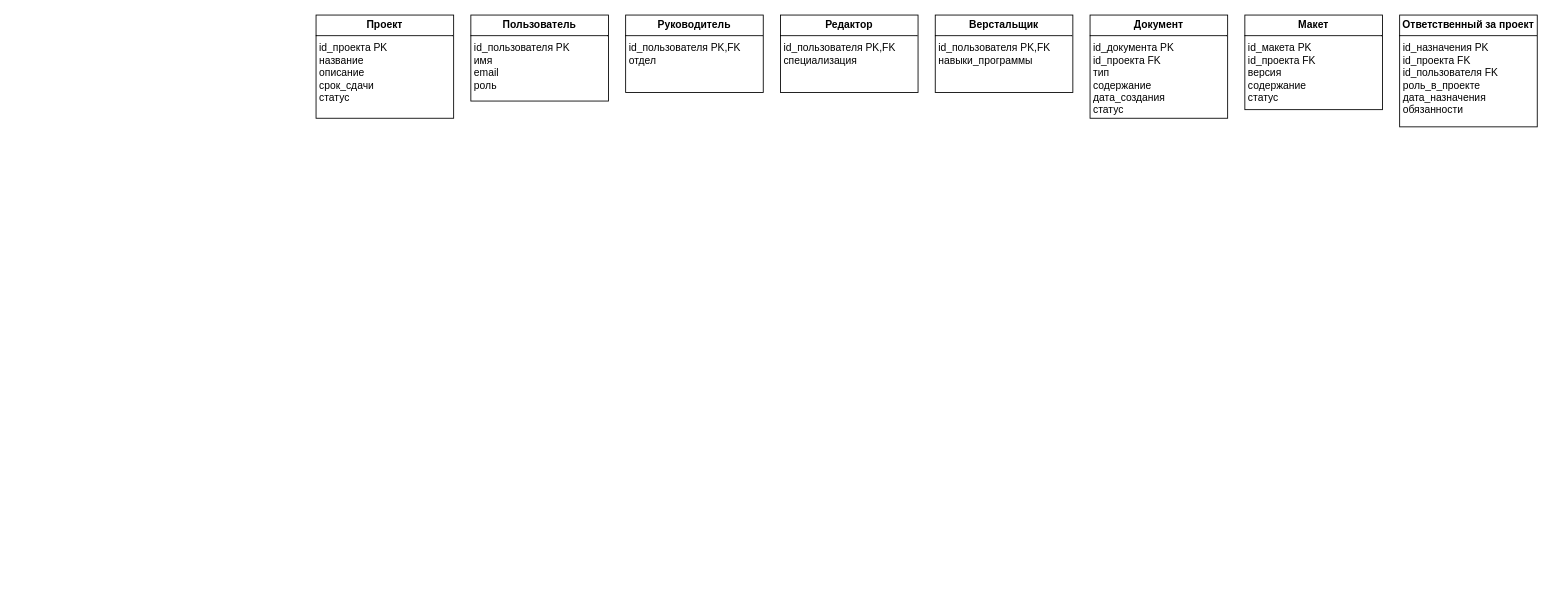
Before: ortps6_1.drawio in danaddi/draw.io, a draw.io diagram. Source tidied: cells renumbered, new cells numbered last; positions are measured from the earlier drawing's top-left corner, leaving out a move shared by most shapes. Both pictures are drawn from the tidied source at 86%, with x=0, y=0 at pixel (316, 15).
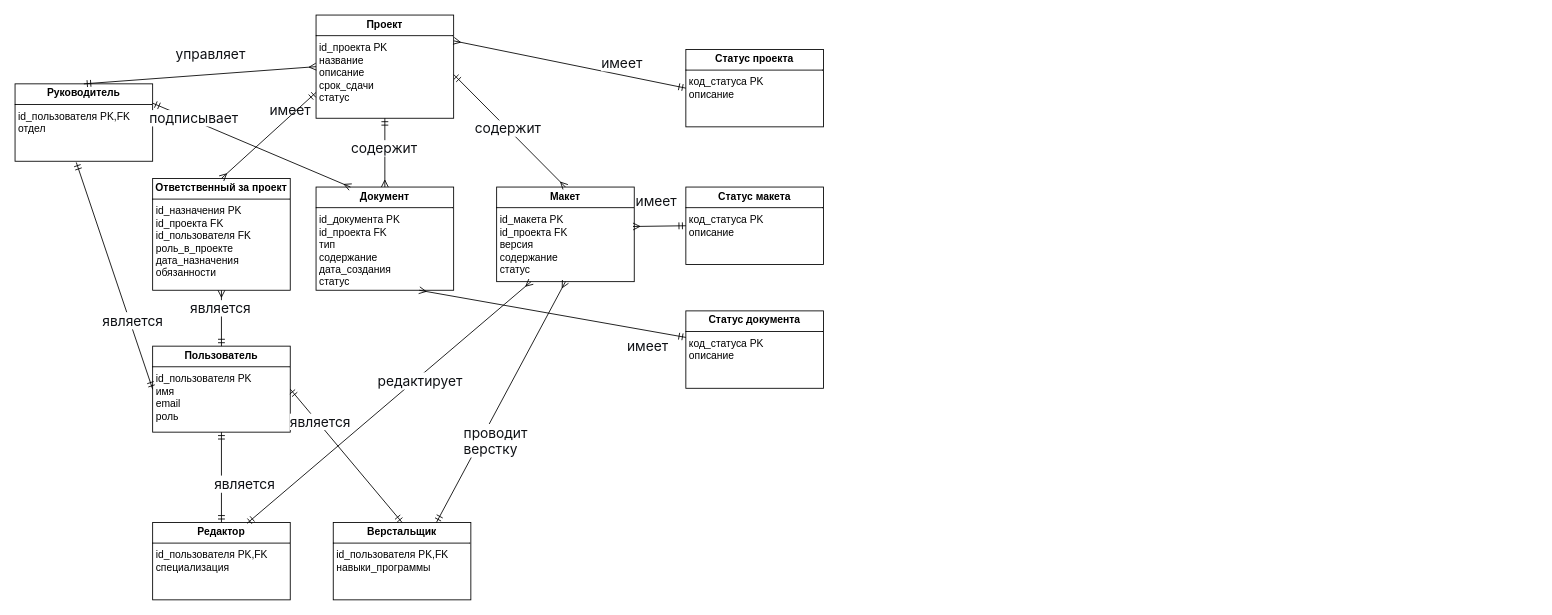
The same diagram, later.

Unchanged cells that the change refers to:
```xml
<mxCell id="2" value="&lt;p style=&quot;margin:0px;margin-top:4px;text-align:center;&quot;&gt;&lt;b&gt;Проект&lt;/b&gt;&lt;/p&gt;&lt;hr size=&quot;1&quot; style=&quot;border-style:solid;&quot;&gt;&lt;p style=&quot;margin:0px;margin-left:4px;&quot;&gt;id_проекта PK&lt;/p&gt;&lt;p style=&quot;margin:0px;margin-left:4px;&quot;&gt;название&lt;/p&gt;&lt;p style=&quot;margin:0px;margin-left:4px;&quot;&gt;описание&amp;nbsp;&amp;nbsp;&lt;/p&gt;&lt;p style=&quot;margin:0px;margin-left:4px;&quot;&gt;срок_сдачи&lt;/p&gt;&lt;p style=&quot;margin:0px;margin-left:4px;&quot;&gt;статус&lt;/p&gt;" style="verticalAlign=top;align=left;overflow=fill;html=1;whiteSpace=wrap;" parent="1" vertex="1">
  <mxGeometry width="160" height="120" as="geometry" />
</mxCell>
```

Diff of the diagram source:
```diff
@@
     <mxCell id="3" value="&lt;p style=&quot;margin:0px;margin-top:4px;text-align:center;&quot;&gt;&lt;b&gt;Пользователь&lt;/b&gt;&lt;/p&gt;&lt;hr size=&quot;1&quot; style=&quot;border-style:solid;&quot;&gt;&lt;p style=&quot;margin:0px;margin-left:4px;&quot;&gt;id_пользователя PK&lt;/p&gt;&lt;p style=&quot;margin:0px;margin-left:4px;&quot;&gt;имя&lt;/p&gt;&lt;p style=&quot;margin:0px;margin-left:4px;&quot;&gt;email&lt;/p&gt;&lt;p style=&quot;margin:0px;margin-left:4px;&quot;&gt;роль&lt;/p&gt;" style="verticalAlign=top;align=left;overflow=fill;html=1;whiteSpace=wrap;" parent="1" vertex="1">
-      <mxGeometry x="180" width="160" height="100" as="geometry" />
+      <mxGeometry x="-190" y="385" width="160" height="100" as="geometry" />
     </mxCell>
     <mxCell id="4" value="&lt;p style=&quot;margin:0px;margin-top:4px;text-align:center;&quot;&gt;&lt;b&gt;Руководитель&lt;/b&gt;&lt;/p&gt;&lt;hr size=&quot;1&quot; style=&quot;border-style:solid;&quot;&gt;&lt;p style=&quot;margin:0px;margin-left:4px;&quot;&gt;id_пользователя PK,FK&lt;/p&gt;&lt;p style=&quot;margin:0px;margin-left:4px;&quot;&gt;отдел&lt;/p&gt;" style="verticalAlign=top;align=left;overflow=fill;html=1;whiteSpace=wrap;" parent="1" vertex="1">
-      <mxGeometry x="360" width="160" height="90" as="geometry" />
+      <mxGeometry x="-350" y="80" width="160" height="90" as="geometry" />
     </mxCell>
     <mxCell id="5" value="&lt;p style=&quot;margin:0px;margin-top:4px;text-align:center;&quot;&gt;&lt;b&gt;Редактор&lt;/b&gt;&lt;/p&gt;&lt;hr size=&quot;1&quot; style=&quot;border-style:solid;&quot;&gt;&lt;p style=&quot;margin:0px;margin-left:4px;&quot;&gt;id_пользователя PK,FK&lt;/p&gt;&lt;p style=&quot;margin:0px;margin-left:4px;&quot;&gt;специализация&lt;/p&gt;" style="verticalAlign=top;align=left;overflow=fill;html=1;whiteSpace=wrap;" parent="1" vertex="1">
-      <mxGeometry x="540" width="160" height="90" as="geometry" />
+      <mxGeometry x="-190" y="590" width="160" height="90" as="geometry" />
     </mxCell>
     <mxCell id="6" value="&lt;p style=&quot;margin:0px;margin-top:4px;text-align:center;&quot;&gt;&lt;b&gt;Верстальщик&lt;/b&gt;&lt;/p&gt;&lt;hr size=&quot;1&quot; style=&quot;border-style:solid;&quot;&gt;&lt;p style=&quot;margin:0px;margin-left:4px;&quot;&gt;id_пользователя PK,FK&lt;/p&gt;&lt;p style=&quot;margin:0px;margin-left:4px;&quot;&gt;навыки_программы&lt;/p&gt;" style="verticalAlign=top;align=left;overflow=fill;html=1;whiteSpace=wrap;" parent="1" vertex="1">
-      <mxGeometry x="720" width="160" height="90" as="geometry" />
+      <mxGeometry x="20" y="590" width="160" height="90" as="geometry" />
     </mxCell>
     <mxCell id="7" value="&lt;p style=&quot;margin:0px;margin-top:4px;text-align:center;&quot;&gt;&lt;b&gt;Документ&lt;/b&gt;&lt;/p&gt;&lt;hr size=&quot;1&quot; style=&quot;border-style:solid;&quot;&gt;&lt;p style=&quot;margin:0px;margin-left:4px;&quot;&gt;id_документа PK&lt;/p&gt;&lt;p style=&quot;margin:0px;margin-left:4px;&quot;&gt;id_проекта FK&amp;nbsp;&lt;/p&gt;&lt;p style=&quot;margin:0px;margin-left:4px;&quot;&gt;тип&lt;/p&gt;&lt;p style=&quot;margin:0px;margin-left:4px;&quot;&gt;содержание&lt;/p&gt;&lt;p style=&quot;margin:0px;margin-left:4px;&quot;&gt;дата_создания&lt;/p&gt;&lt;p style=&quot;margin:0px;margin-left:4px;&quot;&gt;статус&lt;/p&gt;" style="verticalAlign=top;align=left;overflow=fill;html=1;whiteSpace=wrap;" parent="1" vertex="1">
-      <mxGeometry x="900" width="160" height="120" as="geometry" />
+      <mxGeometry y="200" width="160" height="120" as="geometry" />
     </mxCell>
     <mxCell id="8" value="&lt;p style=&quot;margin:0px;margin-top:4px;text-align:center;&quot;&gt;&lt;b&gt;Макет&lt;/b&gt;&lt;/p&gt;&lt;hr size=&quot;1&quot; style=&quot;border-style:solid;&quot;&gt;&lt;p style=&quot;margin:0px;margin-left:4px;&quot;&gt;id_макета PK&lt;/p&gt;&lt;p style=&quot;margin:0px;margin-left:4px;&quot;&gt;id_проекта FK&lt;/p&gt;&lt;p style=&quot;margin:0px;margin-left:4px;&quot;&gt;версия&lt;/p&gt;&lt;p style=&quot;margin:0px;margin-left:4px;&quot;&gt;содержание&lt;/p&gt;&lt;p style=&quot;margin:0px;margin-left:4px;&quot;&gt;статус&lt;/p&gt;" style="verticalAlign=top;align=left;overflow=fill;html=1;whiteSpace=wrap;" parent="1" vertex="1">
-      <mxGeometry x="1080" width="160" height="110" as="geometry" />
+      <mxGeometry x="210" y="200" width="160" height="110" as="geometry" />
     </mxCell>
     <mxCell id="9" value="&lt;p style=&quot;margin:0px;margin-top:4px;text-align:center;&quot;&gt;&lt;b&gt;Ответственный за проект&lt;/b&gt;&lt;/p&gt;&lt;hr size=&quot;1&quot; style=&quot;border-style:solid;&quot;&gt;&lt;p style=&quot;margin:0px;margin-left:4px;&quot;&gt;id_назначения PK&lt;/p&gt;&lt;p style=&quot;margin:0px;margin-left:4px;&quot;&gt;id_проекта FK&lt;/p&gt;&lt;p style=&quot;margin:0px;margin-left:4px;&quot;&gt;id_пользователя FK&lt;/p&gt;&lt;p style=&quot;margin:0px;margin-left:4px;&quot;&gt;роль_в_проекте&lt;/p&gt;&lt;p style=&quot;margin:0px;margin-left:4px;&quot;&gt;дата_назначения&lt;/p&gt;&lt;p style=&quot;margin:0px;margin-left:4px;&quot;&gt;обязанности&lt;/p&gt;" style="verticalAlign=top;align=left;overflow=fill;html=1;whiteSpace=wrap;" parent="1" vertex="1">
-      <mxGeometry x="1260" width="160" height="130" as="geometry" />
+      <mxGeometry x="-190" y="190" width="160" height="130" as="geometry" />
     </mxCell>
+    <mxCell id="10" value="&lt;p style=&quot;margin:0px;margin-top:4px;text-align:center;&quot;&gt;&lt;b&gt;Статус проекта&lt;/b&gt;&lt;/p&gt;&lt;hr size=&quot;1&quot; style=&quot;border-style:solid;&quot;&gt;&lt;p style=&quot;margin:0px;margin-left:4px;&quot;&gt;код_статуса PK&lt;/p&gt;&lt;p style=&quot;margin:0px;margin-left:4px;&quot;&gt;описание&lt;/p&gt;" style="verticalAlign=top;align=left;overflow=fill;html=1;whiteSpace=wrap;" parent="1" vertex="1">
+      <mxGeometry x="430" y="40" width="160" height="90" as="geometry" />
+    </mxCell>
+    <mxCell id="11" value="&lt;p style=&quot;margin:0px;margin-top:4px;text-align:center;&quot;&gt;&lt;b&gt;Статус документа&lt;/b&gt;&lt;/p&gt;&lt;hr size=&quot;1&quot; style=&quot;border-style:solid;&quot;&gt;&lt;p style=&quot;margin:0px;margin-left:4px;&quot;&gt;код_статуса PK&lt;/p&gt;&lt;p style=&quot;margin:0px;margin-left:4px;&quot;&gt;описание&lt;/p&gt;" style="verticalAlign=top;align=left;overflow=fill;html=1;whiteSpace=wrap;" parent="1" vertex="1">
+      <mxGeometry x="430" y="344" width="160" height="90" as="geometry" />
+    </mxCell>
+    <mxCell id="12" value="&lt;p style=&quot;margin:0px;margin-top:4px;text-align:center;&quot;&gt;&lt;b&gt;Статус макета&lt;/b&gt;&lt;/p&gt;&lt;hr size=&quot;1&quot; style=&quot;border-style:solid;&quot;&gt;&lt;p style=&quot;margin:0px;margin-left:4px;&quot;&gt;код_статуса PK&lt;/p&gt;&lt;p style=&quot;margin:0px;margin-left:4px;&quot;&gt;описание&lt;/p&gt;" style="verticalAlign=top;align=left;overflow=fill;html=1;whiteSpace=wrap;" parent="1" vertex="1">
+      <mxGeometry x="430" y="200" width="160" height="90" as="geometry" />
+    </mxCell>
+    <mxCell id="13" style="endArrow=ERmandOne;html=1;rounded=0;align=center;verticalAlign=top;endFill=0;labelBackgroundColor=none;endSize=6;startArrow=ERmany;startFill=0;exitX=0.5;exitY=0;exitDx=0;exitDy=0;entryX=0.5;entryY=1;entryDx=0;entryDy=0;" parent="1" edge="1" source="7" target="2">
+      <mxGeometry relative="1" as="geometry" />
+    </mxCell>
+    <mxCell id="14" value="&lt;span style=&quot;color: rgb(15, 17, 21); font-family: quote-cjk-patch, Inter, system-ui, -apple-system, BlinkMacSystemFont, &amp;quot;Segoe UI&amp;quot;, Roboto, Oxygen, Ubuntu, Cantarell, &amp;quot;Open Sans&amp;quot;, &amp;quot;Helvetica Neue&amp;quot;, sans-serif; font-size: 16px; text-align: start; text-wrap-mode: wrap;&quot;&gt;содержит&lt;/span&gt;" style="edgeLabel;html=1;align=center;verticalAlign=middle;" parent="13" vertex="1">
+      <mxGeometry x="0.16" y="2" relative="1" as="geometry" />
+    </mxCell>
+    <mxCell id="15" style="endArrow=ERmandOne;html=1;rounded=0;align=center;verticalAlign=top;endFill=0;labelBackgroundColor=none;endSize=6;startArrow=ERmany;startFill=0;exitX=0;exitY=0.5;exitDx=0;exitDy=0;entryX=0.5;entryY=0;entryDx=0;entryDy=0;" parent="1" edge="1" source="2" target="4">
+      <mxGeometry relative="1" as="geometry" />
+    </mxCell>
+    <mxCell id="16" value="&lt;span style=&quot;color: rgb(15, 17, 21); font-family: quote-cjk-patch, Inter, system-ui, -apple-system, BlinkMacSystemFont, &amp;quot;Segoe UI&amp;quot;, Roboto, Oxygen, Ubuntu, Cantarell, &amp;quot;Open Sans&amp;quot;, &amp;quot;Helvetica Neue&amp;quot;, sans-serif; font-size: 16px; text-align: start; text-wrap-mode: wrap;&quot;&gt;имеет&amp;nbsp;&lt;/span&gt;" style="edgeLabel;html=1;align=center;verticalAlign=middle;" parent="15" vertex="1">
+      <mxGeometry x="-0.18" y="-3" relative="1" as="geometry">
+        <mxPoint x="82" y="45" as="offset" />
+      </mxGeometry>
+    </mxCell>
+    <mxCell id="17" style="endArrow=ERmany;html=1;rounded=0;align=center;verticalAlign=top;endFill=0;labelBackgroundColor=none;endSize=6;startArrow=ERmandOne;startFill=0;entryX=0.5;entryY=0;entryDx=0;entryDy=0;exitX=0;exitY=0.75;exitDx=0;exitDy=0;" parent="1" edge="1" source="2" target="9">
+      <mxGeometry relative="1" as="geometry" />
+    </mxCell>
+    <mxCell id="18" style="endArrow=ERmandOne;html=1;rounded=0;align=center;verticalAlign=top;endFill=0;labelBackgroundColor=none;endSize=6;startArrow=ERmany;startFill=0;exitX=0.5;exitY=0;exitDx=0;exitDy=0;entryX=1.001;entryY=0.577;entryDx=0;entryDy=0;entryPerimeter=0;" parent="1" edge="1" source="8" target="2">
+      <mxGeometry relative="1" as="geometry" />
+    </mxCell>
+    <mxCell id="19" value="&lt;span style=&quot;color: rgb(15, 17, 21); font-family: quote-cjk-patch, Inter, system-ui, -apple-system, BlinkMacSystemFont, &amp;quot;Segoe UI&amp;quot;, Roboto, Oxygen, Ubuntu, Cantarell, &amp;quot;Open Sans&amp;quot;, &amp;quot;Helvetica Neue&amp;quot;, sans-serif; font-size: 16px; text-align: start; text-wrap-mode: wrap;&quot;&gt;содержит&lt;/span&gt;" style="edgeLabel;html=1;align=center;verticalAlign=middle;" parent="18" vertex="1">
+      <mxGeometry x="0.04" relative="1" as="geometry" />
+    </mxCell>
+    <mxCell id="20" style="endArrow=ERmandOne;html=1;rounded=0;align=center;verticalAlign=top;endFill=0;labelBackgroundColor=none;endSize=6;startArrow=ERmany;startFill=0;entryX=0.5;entryY=0;entryDx=0;entryDy=0;" parent="1" edge="1" source="9" target="3">
+      <mxGeometry relative="1" as="geometry" />
+    </mxCell>
+    <mxCell id="21" style="endArrow=ERmandOne;html=1;rounded=0;align=center;verticalAlign=top;endFill=0;labelBackgroundColor=none;endSize=6;startArrow=ERmandOne;startFill=0;exitX=0;exitY=0.5;exitDx=0;exitDy=0;entryX=0.445;entryY=1.015;entryDx=0;entryDy=0;entryPerimeter=0;" parent="1" edge="1" source="3" target="4">
+      <mxGeometry relative="1" as="geometry" />
+    </mxCell>
+    <mxCell id="22" style="endArrow=ERmandOne;html=1;rounded=0;align=center;verticalAlign=top;endFill=0;labelBackgroundColor=none;endSize=6;startArrow=ERmandOne;startFill=0;exitX=0.5;exitY=1;exitDx=0;exitDy=0;" parent="1" edge="1" source="3" target="5">
+      <mxGeometry relative="1" as="geometry" />
+    </mxCell>
+    <mxCell id="23" style="endArrow=ERmandOne;html=1;rounded=0;align=center;verticalAlign=top;endFill=0;labelBackgroundColor=none;endSize=6;startArrow=ERmandOne;startFill=0;exitX=0.5;exitY=0;exitDx=0;exitDy=0;entryX=1;entryY=0.5;entryDx=0;entryDy=0;" parent="1" edge="1" source="6" target="3">
+      <mxGeometry relative="1" as="geometry" />
+    </mxCell>
+    <mxCell id="24" value="&lt;span style=&quot;color: rgb(15, 17, 21); font-family: quote-cjk-patch, Inter, system-ui, -apple-system, BlinkMacSystemFont, &amp;quot;Segoe UI&amp;quot;, Roboto, Oxygen, Ubuntu, Cantarell, &amp;quot;Open Sans&amp;quot;, &amp;quot;Helvetica Neue&amp;quot;, sans-serif; font-size: 16px; text-align: start; text-wrap-mode: wrap;&quot;&gt;является&amp;nbsp;&lt;/span&gt;" style="edgeLabel;html=1;align=center;verticalAlign=middle;" parent="23" vertex="1">
+      <mxGeometry x="0.48" y="-4" relative="1" as="geometry" />
+    </mxCell>
+    <mxCell id="25" style="endArrow=ERmandOne;html=1;rounded=0;align=center;verticalAlign=top;endFill=0;labelBackgroundColor=none;endSize=6;startArrow=ERmany;startFill=0;exitX=0.25;exitY=1;exitDx=0;exitDy=0;entryX=0.686;entryY=0.012;entryDx=0;entryDy=0;entryPerimeter=0;" parent="1" edge="1" source="8" target="5">
+      <mxGeometry relative="1" as="geometry" />
+    </mxCell>
+    <mxCell id="26" style="endArrow=ERmandOne;html=1;rounded=0;align=center;verticalAlign=top;endFill=0;labelBackgroundColor=none;endSize=6;startArrow=ERmany;startFill=0;exitX=0.5;exitY=1;exitDx=0;exitDy=0;entryX=0.75;entryY=0;entryDx=0;entryDy=0;" parent="1" edge="1" source="8" target="6">
+      <mxGeometry relative="1" as="geometry" />
+    </mxCell>
+    <mxCell id="27" style="endArrow=ERmandOne;html=1;rounded=0;align=center;verticalAlign=top;endFill=0;labelBackgroundColor=none;endSize=6;startArrow=ERmany;startFill=0;exitX=0.75;exitY=1;exitDx=0;exitDy=0;" parent="1" edge="1" source="7" target="11">
+      <mxGeometry relative="1" as="geometry" />
+    </mxCell>
+    <mxCell id="28" style="endArrow=ERmandOne;html=1;rounded=0;align=center;verticalAlign=top;endFill=0;labelBackgroundColor=none;endSize=6;startArrow=ERmany;startFill=0;exitX=0.991;exitY=0.417;exitDx=0;exitDy=0;entryX=0;entryY=0.5;entryDx=0;entryDy=0;exitPerimeter=0;" parent="1" edge="1" source="8" target="12">
+      <mxGeometry relative="1" as="geometry" />
+    </mxCell>
+    <mxCell id="29" style="endArrow=ERmandOne;html=1;rounded=0;align=center;verticalAlign=top;endFill=0;labelBackgroundColor=none;endSize=6;startArrow=ERmany;startFill=0;exitX=1;exitY=0.25;exitDx=0;exitDy=0;entryX=0;entryY=0.5;entryDx=0;entryDy=0;" parent="1" edge="1" source="2" target="10">
+      <mxGeometry relative="1" as="geometry" />
+    </mxCell>
+    <mxCell id="30" style="endArrow=ERmandOne;html=1;rounded=0;align=center;verticalAlign=top;endFill=0;labelBackgroundColor=none;endSize=6;startArrow=ERmany;startFill=0;exitX=0.25;exitY=0;exitDx=0;exitDy=0;entryX=1;entryY=0.25;entryDx=0;entryDy=0;" parent="1" edge="1" source="7" target="4">
+      <mxGeometry relative="1" as="geometry" />
+    </mxCell>
+    <mxCell id="31" value="&lt;span style=&quot;color: rgb(15, 17, 21); font-family: quote-cjk-patch, Inter, system-ui, -apple-system, BlinkMacSystemFont, &amp;quot;Segoe UI&amp;quot;, Roboto, Oxygen, Ubuntu, Cantarell, &amp;quot;Open Sans&amp;quot;, &amp;quot;Helvetica Neue&amp;quot;, sans-serif; font-size: 16px; text-align: start; text-wrap-mode: wrap;&quot;&gt;подписывает&amp;nbsp;&lt;/span&gt;" style="edgeLabel;html=1;align=center;verticalAlign=middle;" parent="30" vertex="1">
+      <mxGeometry x="0.69" y="1" relative="1" as="geometry">
+        <mxPoint x="14" y="1" as="offset" />
+      </mxGeometry>
+    </mxCell>
+    <mxCell id="32" value="&lt;span style=&quot;color: rgb(15, 17, 21); font-family: quote-cjk-patch, Inter, system-ui, -apple-system, BlinkMacSystemFont, &amp;quot;Segoe UI&amp;quot;, Roboto, Oxygen, Ubuntu, Cantarell, &amp;quot;Open Sans&amp;quot;, &amp;quot;Helvetica Neue&amp;quot;, sans-serif; font-size: 16px; font-style: normal; font-variant-ligatures: normal; font-variant-caps: normal; font-weight: 400; letter-spacing: normal; orphans: 2; text-align: start; text-indent: 0px; text-transform: none; widows: 2; word-spacing: 0px; -webkit-text-stroke-width: 0px; white-space: normal; background-color: rgb(255, 255, 255); text-decoration-thickness: initial; text-decoration-style: initial; text-decoration-color: initial; display: inline !important; float: none;&quot;&gt;является&lt;span&gt;&amp;nbsp;&lt;/span&gt;&lt;/span&gt;" style="text;whiteSpace=wrap;html=1;" parent="1" vertex="1">
+      <mxGeometry x="-120" y="530" width="100" height="40" as="geometry" />
+    </mxCell>
+    <mxCell id="33" value="&lt;span style=&quot;color: rgb(15, 17, 21); font-family: quote-cjk-patch, Inter, system-ui, -apple-system, BlinkMacSystemFont, &amp;quot;Segoe UI&amp;quot;, Roboto, Oxygen, Ubuntu, Cantarell, &amp;quot;Open Sans&amp;quot;, &amp;quot;Helvetica Neue&amp;quot;, sans-serif; font-size: 16px; font-style: normal; font-variant-ligatures: normal; font-variant-caps: normal; font-weight: 400; letter-spacing: normal; orphans: 2; text-align: start; text-indent: 0px; text-transform: none; widows: 2; word-spacing: 0px; -webkit-text-stroke-width: 0px; white-space: normal; background-color: rgb(255, 255, 255); text-decoration-thickness: initial; text-decoration-style: initial; text-decoration-color: initial; display: inline !important; float: none;&quot;&gt;является&lt;span&gt;&amp;nbsp;&lt;/span&gt;&lt;/span&gt;" style="text;whiteSpace=wrap;html=1;" parent="1" vertex="1">
+      <mxGeometry x="-250" y="340" width="100" height="40" as="geometry" />
+    </mxCell>
+    <mxCell id="34" value="&lt;span style=&quot;color: rgb(15, 17, 21); font-family: quote-cjk-patch, Inter, system-ui, -apple-system, BlinkMacSystemFont, &amp;quot;Segoe UI&amp;quot;, Roboto, Oxygen, Ubuntu, Cantarell, &amp;quot;Open Sans&amp;quot;, &amp;quot;Helvetica Neue&amp;quot;, sans-serif; font-size: 16px; text-align: start; text-wrap-mode: wrap;&quot;&gt;является&amp;nbsp;&lt;/span&gt;" style="edgeLabel;html=1;align=center;verticalAlign=middle;" parent="1" vertex="1">
+      <mxGeometry x="-110" y="340" as="geometry" />
+    </mxCell>
+    <mxCell id="35" value="&lt;span style=&quot;color: rgb(15, 17, 21); font-family: quote-cjk-patch, Inter, system-ui, -apple-system, BlinkMacSystemFont, &amp;quot;Segoe UI&amp;quot;, Roboto, Oxygen, Ubuntu, Cantarell, &amp;quot;Open Sans&amp;quot;, &amp;quot;Helvetica Neue&amp;quot;, sans-serif; font-size: 16px; font-style: normal; font-variant-ligatures: normal; font-variant-caps: normal; font-weight: 400; letter-spacing: normal; orphans: 2; text-align: start; text-indent: 0px; text-transform: none; widows: 2; word-spacing: 0px; -webkit-text-stroke-width: 0px; white-space: normal; background-color: rgb(255, 255, 255); text-decoration-thickness: initial; text-decoration-style: initial; text-decoration-color: initial; display: inline !important; float: none;&quot;&gt;управляет&lt;/span&gt;" style="text;whiteSpace=wrap;html=1;" parent="1" vertex="1">
+      <mxGeometry x="-165" y="30" width="110" height="40" as="geometry" />
+    </mxCell>
+    <mxCell id="36" value="&lt;span style=&quot;color: rgb(15, 17, 21); font-family: quote-cjk-patch, Inter, system-ui, -apple-system, BlinkMacSystemFont, &amp;quot;Segoe UI&amp;quot;, Roboto, Oxygen, Ubuntu, Cantarell, &amp;quot;Open Sans&amp;quot;, &amp;quot;Helvetica Neue&amp;quot;, sans-serif; font-size: 16px; font-style: normal; font-variant-ligatures: normal; font-variant-caps: normal; font-weight: 400; letter-spacing: normal; orphans: 2; text-align: start; text-indent: 0px; text-transform: none; widows: 2; word-spacing: 0px; -webkit-text-stroke-width: 0px; white-space: normal; background-color: rgb(255, 255, 255); text-decoration-thickness: initial; text-decoration-style: initial; text-decoration-color: initial; display: inline !important; float: none;&quot;&gt;редактирует&lt;/span&gt;" style="text;whiteSpace=wrap;html=1;" parent="1" vertex="1">
+      <mxGeometry x="70" y="410" width="120" height="40" as="geometry" />
+    </mxCell>
+    <mxCell id="37" value="&lt;span style=&quot;color: rgb(15, 17, 21); font-family: quote-cjk-patch, Inter, system-ui, -apple-system, BlinkMacSystemFont, &amp;quot;Segoe UI&amp;quot;, Roboto, Oxygen, Ubuntu, Cantarell, &amp;quot;Open Sans&amp;quot;, &amp;quot;Helvetica Neue&amp;quot;, sans-serif; font-size: 16px; font-style: normal; font-variant-ligatures: normal; font-variant-caps: normal; font-weight: 400; letter-spacing: normal; orphans: 2; text-align: start; text-indent: 0px; text-transform: none; widows: 2; word-spacing: 0px; -webkit-text-stroke-width: 0px; white-space: normal; background-color: rgb(255, 255, 255); text-decoration-thickness: initial; text-decoration-style: initial; text-decoration-color: initial; float: none; display: inline !important;&quot;&gt;проводит верстку&lt;/span&gt;" style="text;whiteSpace=wrap;html=1;" parent="1" vertex="1">
+      <mxGeometry x="170" y="470" width="120" height="40" as="geometry" />
+    </mxCell>
+    <mxCell id="38" value="&lt;span style=&quot;color: rgb(15, 17, 21); font-family: quote-cjk-patch, Inter, system-ui, -apple-system, BlinkMacSystemFont, &amp;quot;Segoe UI&amp;quot;, Roboto, Oxygen, Ubuntu, Cantarell, &amp;quot;Open Sans&amp;quot;, &amp;quot;Helvetica Neue&amp;quot;, sans-serif; font-size: 16px; font-style: normal; font-variant-ligatures: normal; font-variant-caps: normal; font-weight: 400; letter-spacing: normal; orphans: 2; text-align: start; text-indent: 0px; text-transform: none; widows: 2; word-spacing: 0px; -webkit-text-stroke-width: 0px; white-space: normal; background-color: rgb(255, 255, 255); text-decoration-thickness: initial; text-decoration-style: initial; text-decoration-color: initial; display: inline !important; float: none;&quot;&gt;имеет&lt;span&gt;&amp;nbsp;&lt;/span&gt;&lt;/span&gt;" style="text;whiteSpace=wrap;html=1;" parent="1" vertex="1">
+      <mxGeometry x="330" y="40" width="80" height="40" as="geometry" />
+    </mxCell>
+    <mxCell id="39" value="&lt;span style=&quot;color: rgb(15, 17, 21); font-family: quote-cjk-patch, Inter, system-ui, -apple-system, BlinkMacSystemFont, &amp;quot;Segoe UI&amp;quot;, Roboto, Oxygen, Ubuntu, Cantarell, &amp;quot;Open Sans&amp;quot;, &amp;quot;Helvetica Neue&amp;quot;, sans-serif; font-size: 16px; font-style: normal; font-variant-ligatures: normal; font-variant-caps: normal; font-weight: 400; letter-spacing: normal; orphans: 2; text-align: start; text-indent: 0px; text-transform: none; widows: 2; word-spacing: 0px; -webkit-text-stroke-width: 0px; white-space: normal; background-color: rgb(255, 255, 255); text-decoration-thickness: initial; text-decoration-style: initial; text-decoration-color: initial; display: inline !important; float: none;&quot;&gt;имеет&lt;span&gt;&amp;nbsp;&lt;/span&gt;&lt;/span&gt;" style="text;whiteSpace=wrap;html=1;" parent="1" vertex="1">
+      <mxGeometry x="370" y="200" width="80" height="40" as="geometry" />
+    </mxCell>
+    <mxCell id="40" value="&lt;span style=&quot;color: rgb(15, 17, 21); font-family: quote-cjk-patch, Inter, system-ui, -apple-system, BlinkMacSystemFont, &amp;quot;Segoe UI&amp;quot;, Roboto, Oxygen, Ubuntu, Cantarell, &amp;quot;Open Sans&amp;quot;, &amp;quot;Helvetica Neue&amp;quot;, sans-serif; font-size: 16px; font-style: normal; font-variant-ligatures: normal; font-variant-caps: normal; font-weight: 400; letter-spacing: normal; orphans: 2; text-align: start; text-indent: 0px; text-transform: none; widows: 2; word-spacing: 0px; -webkit-text-stroke-width: 0px; white-space: normal; background-color: rgb(255, 255, 255); text-decoration-thickness: initial; text-decoration-style: initial; text-decoration-color: initial; display: inline !important; float: none;&quot;&gt;имеет&lt;span&gt;&amp;nbsp;&lt;/span&gt;&lt;/span&gt;" style="text;whiteSpace=wrap;html=1;" parent="1" vertex="1">
+      <mxGeometry x="360" y="369" width="80" height="40" as="geometry" />
+    </mxCell>
```
